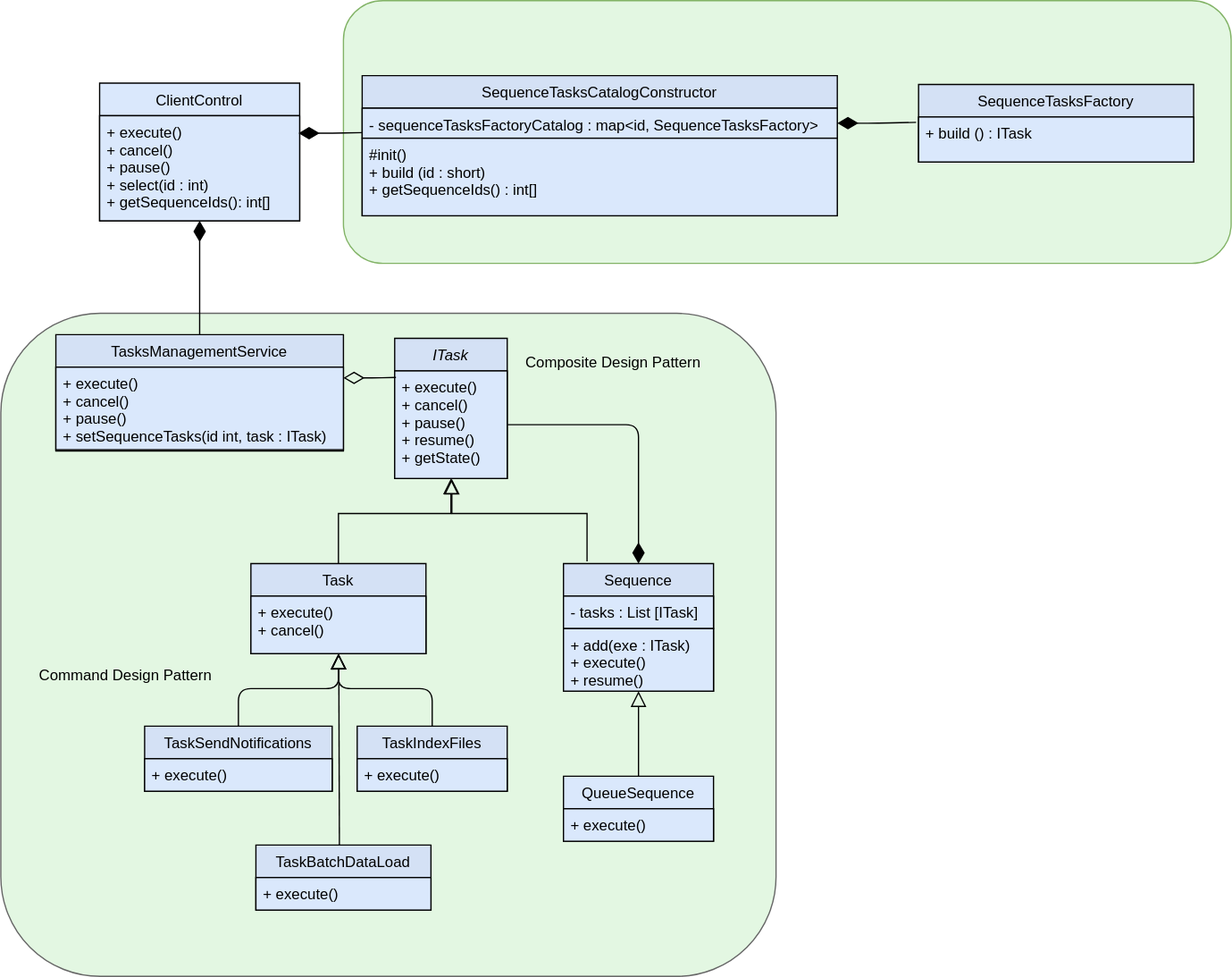
This is design/TaskManagementService.svg from cguz/task-management-service, a draw.io export, as it was before one commit. Source tidied: cells renumbered, new cells last; positions are measured from the earlier drawing's top-left corner, leaving out a move shared by most shapes.
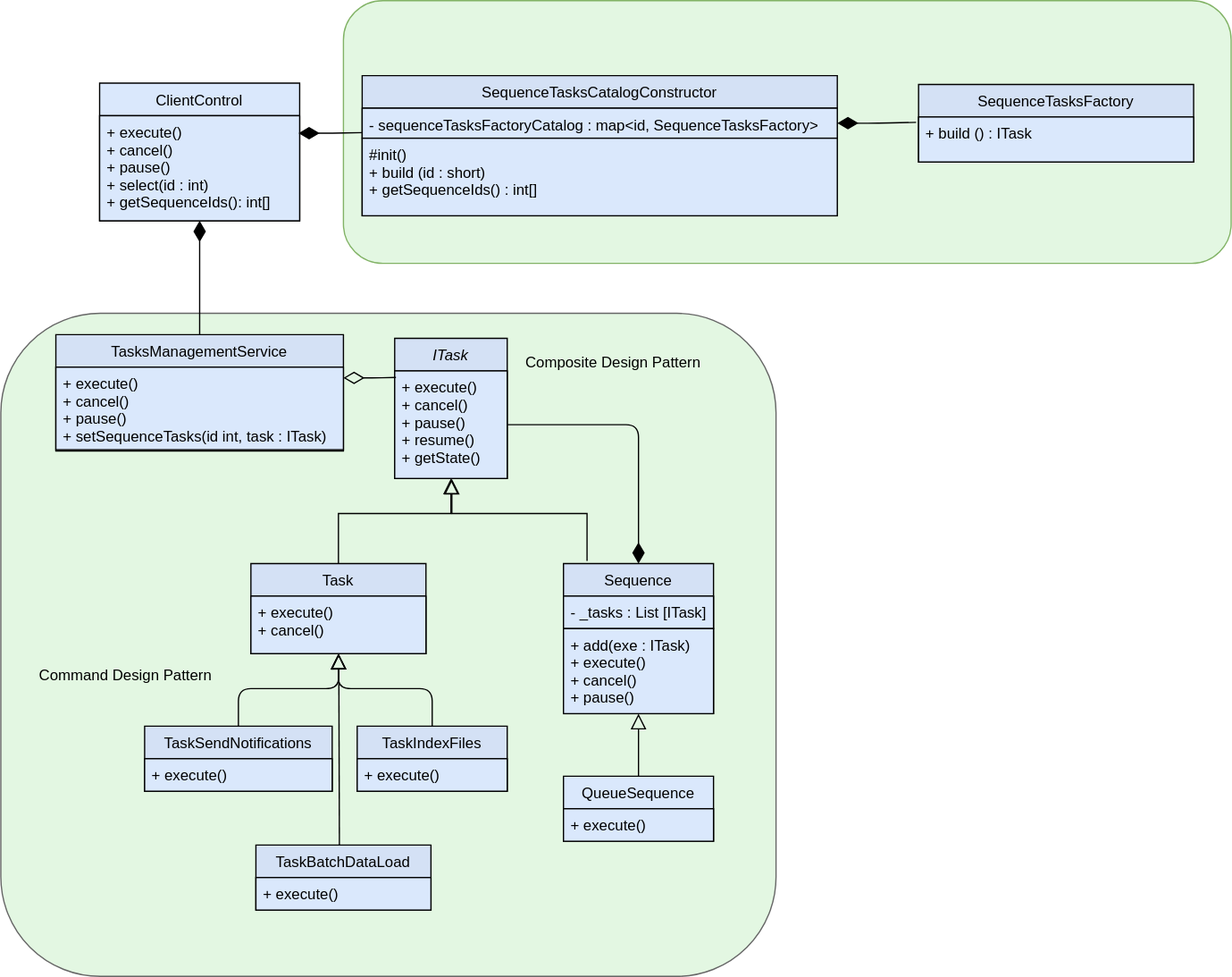
The same file after the commit.

Diff of the diagram source:
```diff
@@ -48,13 +48,13 @@
       </mxGeometry>
     </mxCell>
     <mxCell id="14" value="Sequence" style="swimlane;fontStyle=0;align=center;verticalAlign=top;horizontal=1;startSize=26;rounded=0;shadow=0;strokeWidth=1;fillColor=#D4E1F5;" parent="1" vertex="1">
-      <mxGeometry x="450" y="450" width="120" height="102" as="geometry" />
+      <mxGeometry x="450" y="450" width="120" height="120" as="geometry" />
     </mxCell>
-    <mxCell id="15" value="- tasks : List [ITask]" style="text;align=left;verticalAlign=top;spacingLeft=4;spacingRight=4;overflow=hidden;fontStyle=0;fillColor=#dae8fc;strokeColor=#000000;" parent="14" vertex="1">
+    <mxCell id="15" value="- _tasks : List [ITask]" style="text;align=left;verticalAlign=top;spacingLeft=4;spacingRight=4;overflow=hidden;fontStyle=0;fillColor=#dae8fc;strokeColor=#000000;" parent="14" vertex="1">
       <mxGeometry y="26" width="120" height="26" as="geometry" />
     </mxCell>
-    <mxCell id="16" value="+ add(exe : ITask)&#10;+ execute()&#10;+ resume()&#10;" style="text;align=left;verticalAlign=top;spacingLeft=4;spacingRight=4;overflow=hidden;fontStyle=0;fillColor=#dae8fc;strokeColor=#000000;" parent="14" vertex="1">
-      <mxGeometry y="52" width="120" height="50" as="geometry" />
+    <mxCell id="16" value="+ add(exe : ITask)&#10;+ execute()&#10;+ cancel()&#10;+ pause()&#10;&#10;" style="text;align=left;verticalAlign=top;spacingLeft=4;spacingRight=4;overflow=hidden;fontStyle=0;fillColor=#dae8fc;strokeColor=#000000;" parent="14" vertex="1">
+      <mxGeometry y="52" width="120" height="68" as="geometry" />
     </mxCell>
     <mxCell id="17" value="QueueSequence" style="swimlane;fontStyle=0;align=center;verticalAlign=top;horizontal=1;startSize=26;rounded=0;shadow=0;strokeWidth=1;fillColor=#dae8fc;" parent="1" vertex="1">
       <mxGeometry x="450" y="620" width="120" height="52" as="geometry" />
```
